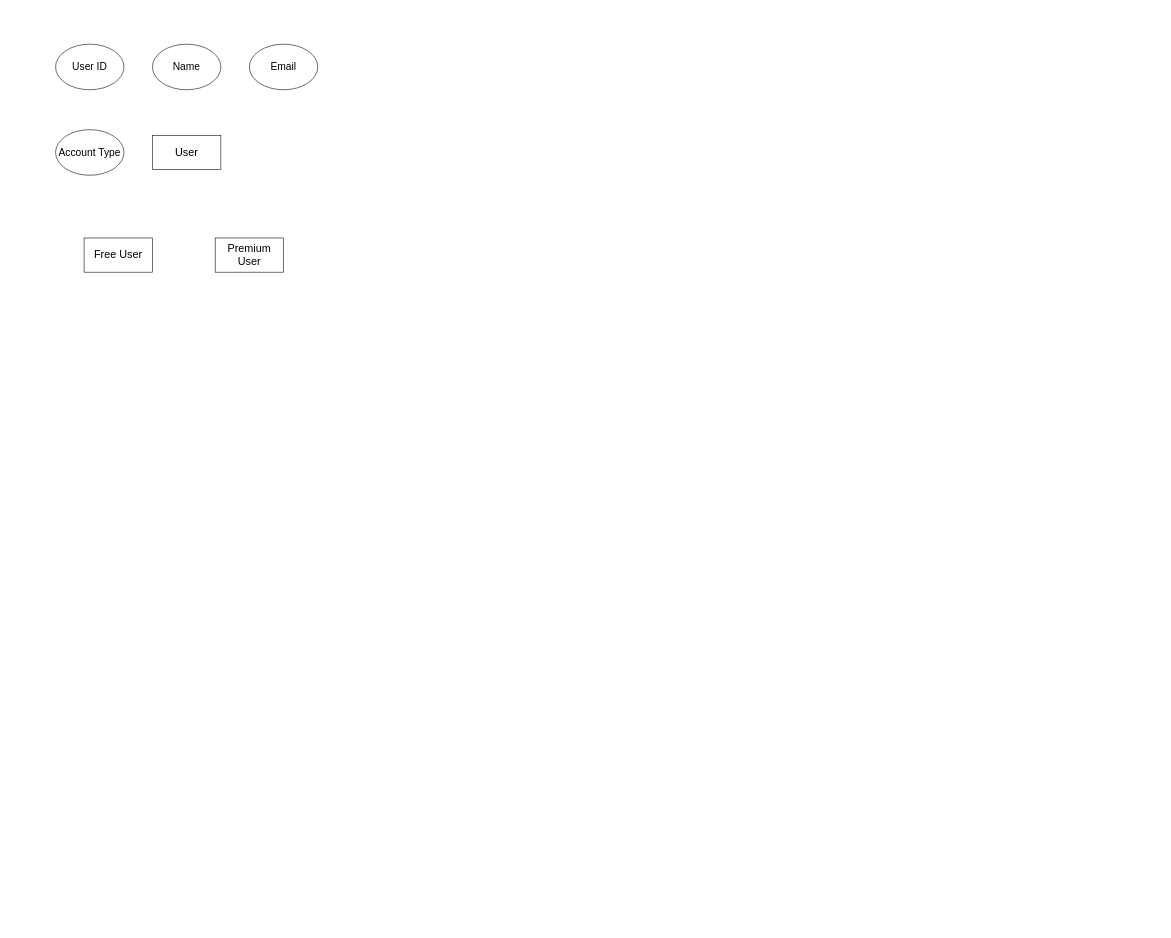
RZhang370902/ENSF608_Lab1_Zhang keeps this draw.io diagram as ENSF608_Lab1.drawio. Above is the earlier version. Source tidied: cells renumbered, new cells numbered last; positions are measured from the earlier drawing's top-left corner, leaving out a move shared by most shapes. Both pictures are drawn from the tidied source at 57%, with x=0, y=0 at pixel (55, 44).
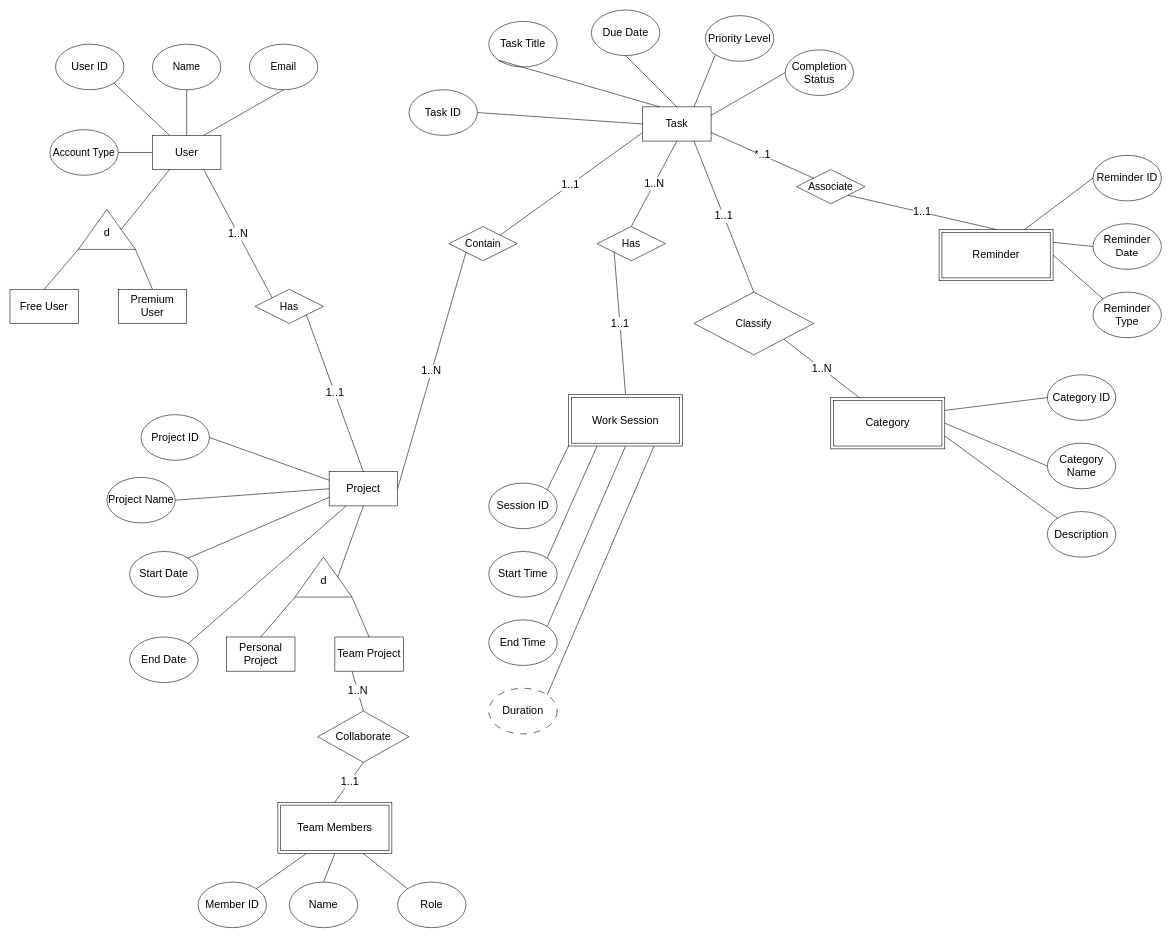
After the change.

The change refers to these unchanged cells:
```xml
<mxCell id="2" value="User" style="rounded=0;whiteSpace=wrap;html=1;fontSize=19;" parent="1" vertex="1">
  <mxGeometry x="170" y="160" width="120" height="60" as="geometry" />
</mxCell>
<mxCell id="4" value="Name" style="ellipse;whiteSpace=wrap;html=1;fontSize=18;" parent="1" vertex="1">
  <mxGeometry x="170" width="120" height="80" as="geometry" />
</mxCell>
<mxCell id="5" value="Email" style="ellipse;whiteSpace=wrap;html=1;fontSize=18;" parent="1" vertex="1">
  <mxGeometry x="340" width="120" height="80" as="geometry" />
</mxCell>
```

Change to the diagram source:
```diff
@@
-    <mxCell id="3" value="User ID" style="ellipse;whiteSpace=wrap;html=1;fontSize=18;" parent="1" vertex="1">
+    <mxCell id="3" value="User ID" style="ellipse;whiteSpace=wrap;html=1;fontSize=19;" parent="1" vertex="1">
       <mxGeometry width="120" height="80" as="geometry" />
     </mxCell>
@@
     <mxCell id="6" value="Account Type" style="ellipse;whiteSpace=wrap;html=1;fontSize=18;" parent="1" vertex="1">
-      <mxGeometry y="150" width="120" height="80" as="geometry" />
+      <mxGeometry x="-10" y="150" width="120" height="80" as="geometry" />
     </mxCell>
     <mxCell id="7" value="Free User" style="rounded=0;whiteSpace=wrap;html=1;fontSize=19;" parent="1" vertex="1">
-      <mxGeometry x="50" y="340" width="120" height="60" as="geometry" />
+      <mxGeometry x="-80" y="430" width="120" height="60" as="geometry" />
     </mxCell>
     <mxCell id="8" value="Premium User" style="rounded=0;whiteSpace=wrap;html=1;fontSize=19;" parent="1" vertex="1">
-      <mxGeometry x="280" y="340" width="120" height="60" as="geometry" />
+      <mxGeometry x="110" y="430" width="120" height="60" as="geometry" />
     </mxCell>
+    <mxCell id="9" value="d" style="verticalLabelPosition=bottom;verticalAlign=top;html=1;shape=mxgraph.basic.acute_triangle;dx=0.5;fontSize=19;horizontal=1;spacingTop=-47;" parent="1" vertex="1">
+      <mxGeometry x="40" y="290" width="100" height="70" as="geometry" />
+    </mxCell>
+    <mxCell id="10" style="endArrow=none;html=1;rounded=0;entryX=0;entryY=0.5;entryDx=0;entryDy=0;exitX=1;exitY=0.5;exitDx=0;exitDy=0;" parent="1" edge="1" source="6" target="2">
+      <mxGeometry relative="1" as="geometry" />
+    </mxCell>
+    <mxCell id="11" style="endArrow=none;html=1;rounded=0;entryX=0.25;entryY=0;entryDx=0;entryDy=0;exitX=1;exitY=1;exitDx=0;exitDy=0;" parent="1" edge="1" source="3" target="2">
+      <mxGeometry relative="1" as="geometry" />
+    </mxCell>
+    <mxCell id="12" style="endArrow=none;html=1;rounded=0;entryX=0.5;entryY=0;entryDx=0;entryDy=0;" parent="1" edge="1" source="4" target="2">
+      <mxGeometry relative="1" as="geometry" />
+    </mxCell>
+    <mxCell id="13" style="endArrow=none;html=1;rounded=0;entryX=0.75;entryY=0;entryDx=0;entryDy=0;exitX=0.5;exitY=1;exitDx=0;exitDy=0;" parent="1" edge="1" source="5" target="2">
+      <mxGeometry relative="1" as="geometry" />
+    </mxCell>
+    <mxCell id="14" style="endArrow=none;html=1;rounded=0;exitX=0;exitY=0;exitDx=75;exitDy=35;exitPerimeter=0;entryX=0.25;entryY=1;entryDx=0;entryDy=0;" parent="1" edge="1" source="9" target="2">
+      <mxGeometry relative="1" as="geometry" />
+    </mxCell>
+    <mxCell id="15" style="endArrow=none;html=1;rounded=0;entryX=0;entryY=1;entryDx=0;entryDy=0;entryPerimeter=0;" parent="1" edge="1" target="9">
+      <mxGeometry relative="1" as="geometry">
+        <mxPoint x="-20" y="430" as="sourcePoint" />
+      </mxGeometry>
+    </mxCell>
+    <mxCell id="16" style="endArrow=none;html=1;rounded=0;entryX=1;entryY=1;entryDx=0;entryDy=0;entryPerimeter=0;exitX=0.5;exitY=0;exitDx=0;exitDy=0;" parent="1" edge="1" source="8" target="9">
+      <mxGeometry relative="1" as="geometry" />
+    </mxCell>
+    <mxCell id="17" value="Has" style="shape=rhombus;perimeter=rhombusPerimeter;whiteSpace=wrap;html=1;align=center;fontSize=18;" parent="1" vertex="1">
+      <mxGeometry x="350" y="430" width="120" height="60" as="geometry" />
+    </mxCell>
+    <mxCell id="18" value="1..N" style="endArrow=none;html=1;rounded=0;exitX=0.75;exitY=1;exitDx=0;exitDy=0;fontSize=19;" parent="1" edge="1" source="2">
+      <mxGeometry relative="1" as="geometry">
+        <mxPoint x="380" y="445" as="targetPoint" />
+      </mxGeometry>
+    </mxCell>
+    <mxCell id="19" value="Project" style="rounded=0;whiteSpace=wrap;html=1;fontSize=19;" parent="1" vertex="1">
+      <mxGeometry x="480" y="750" width="120" height="60" as="geometry" />
+    </mxCell>
+    <mxCell id="20" value="1..1" style="endArrow=none;html=1;rounded=0;entryX=0.5;entryY=0;entryDx=0;entryDy=0;fontSize=19;exitX=1;exitY=1;exitDx=0;exitDy=0;" parent="1" edge="1" source="17" target="19">
+      <mxGeometry x="-0.01" relative="1" as="geometry" />
+    </mxCell>
+    <mxCell id="21" value="Project ID" style="ellipse;whiteSpace=wrap;html=1;fontSize=19;" parent="1" vertex="1">
+      <mxGeometry x="150" y="650" width="120" height="80" as="geometry" />
+    </mxCell>
+    <mxCell id="22" value="Project Name" style="ellipse;whiteSpace=wrap;html=1;fontSize=19;" parent="1" vertex="1">
+      <mxGeometry x="90" y="760" width="120" height="80" as="geometry" />
+    </mxCell>
+    <mxCell id="23" value="Start Date" style="ellipse;whiteSpace=wrap;html=1;fontSize=19;" parent="1" vertex="1">
+      <mxGeometry x="130" y="890" width="120" height="80" as="geometry" />
+    </mxCell>
+    <mxCell id="24" value="End Date" style="ellipse;whiteSpace=wrap;html=1;fontSize=19;" parent="1" vertex="1">
+      <mxGeometry x="130" y="1040" width="120" height="80" as="geometry" />
+    </mxCell>
+    <mxCell id="25" value="Personal Project" style="rounded=0;whiteSpace=wrap;html=1;fontSize=19;" parent="1" vertex="1">
+      <mxGeometry x="300" y="1040" width="120" height="60" as="geometry" />
+    </mxCell>
+    <mxCell id="26" value="Team Project" style="rounded=0;whiteSpace=wrap;html=1;fontSize=19;" parent="1" vertex="1">
+      <mxGeometry x="490" y="1040" width="120" height="60" as="geometry" />
+    </mxCell>
+    <mxCell id="27" value="d" style="verticalLabelPosition=bottom;verticalAlign=top;html=1;shape=mxgraph.basic.acute_triangle;dx=0.5;fontSize=19;horizontal=1;spacingTop=-47;" parent="1" vertex="1">
+      <mxGeometry x="420" y="900" width="100" height="70" as="geometry" />
+    </mxCell>
+    <mxCell id="28" style="endArrow=none;html=1;rounded=0;entryX=0;entryY=1;entryDx=0;entryDy=0;entryPerimeter=0;" parent="1" edge="1" target="27">
+      <mxGeometry relative="1" as="geometry">
+        <mxPoint x="360" y="1040" as="sourcePoint" />
+      </mxGeometry>
+    </mxCell>
+    <mxCell id="29" style="endArrow=none;html=1;rounded=0;entryX=1;entryY=1;entryDx=0;entryDy=0;entryPerimeter=0;exitX=0.5;exitY=0;exitDx=0;exitDy=0;" parent="1" edge="1" source="26" target="27">
+      <mxGeometry relative="1" as="geometry" />
+    </mxCell>
+    <mxCell id="30" style="endArrow=none;html=1;rounded=0;entryX=0.5;entryY=1;entryDx=0;entryDy=0;exitX=0;exitY=0;exitDx=75;exitDy=35;exitPerimeter=0;" parent="1" edge="1" source="27" target="19">
+      <mxGeometry relative="1" as="geometry" />
+    </mxCell>
+    <mxCell id="31" style="endArrow=none;html=1;rounded=0;entryX=0;entryY=0.25;entryDx=0;entryDy=0;exitX=1;exitY=0.5;exitDx=0;exitDy=0;" parent="1" edge="1" source="21" target="19">
+      <mxGeometry relative="1" as="geometry" />
+    </mxCell>
+    <mxCell id="32" style="endArrow=none;html=1;rounded=0;entryX=0;entryY=0.5;entryDx=0;entryDy=0;exitX=1;exitY=0.5;exitDx=0;exitDy=0;" parent="1" edge="1" source="22" target="19">
+      <mxGeometry relative="1" as="geometry" />
+    </mxCell>
+    <mxCell id="33" style="endArrow=none;html=1;rounded=0;entryX=0;entryY=0.75;entryDx=0;entryDy=0;exitX=1;exitY=0;exitDx=0;exitDy=0;" parent="1" edge="1" source="23" target="19">
+      <mxGeometry relative="1" as="geometry" />
+    </mxCell>
+    <mxCell id="34" style="endArrow=none;html=1;rounded=0;entryX=0.25;entryY=1;entryDx=0;entryDy=0;exitX=1;exitY=0;exitDx=0;exitDy=0;" parent="1" edge="1" source="24" target="19">
+      <mxGeometry relative="1" as="geometry" />
+    </mxCell>
+    <mxCell id="35" value="Contain" style="shape=rhombus;perimeter=rhombusPerimeter;whiteSpace=wrap;html=1;align=center;fontSize=18;" parent="1" vertex="1">
+      <mxGeometry x="690" y="320" width="120" height="60" as="geometry" />
+    </mxCell>
+    <mxCell id="36" value="1..N" style="endArrow=none;html=1;rounded=0;entryX=0;entryY=1;entryDx=0;entryDy=0;fontSize=19;exitX=1;exitY=0.5;exitDx=0;exitDy=0;" parent="1" edge="1" source="19" target="35">
+      <mxGeometry x="-0.01" relative="1" as="geometry" />
+    </mxCell>
+    <mxCell id="37" value="Task ID" style="ellipse;whiteSpace=wrap;html=1;fontSize=19;" parent="1" vertex="1">
+      <mxGeometry x="620" y="80" width="120" height="80" as="geometry" />
+    </mxCell>
+    <mxCell id="38" value="Duration" style="ellipse;whiteSpace=wrap;html=1;fontSize=19;dashed=1;dashPattern=12 12;" parent="1" vertex="1">
+      <mxGeometry x="760" y="1130" width="120" height="80" as="geometry" />
+    </mxCell>
+    <mxCell id="39" value="Task" style="rounded=0;whiteSpace=wrap;html=1;fontSize=19;" parent="1" vertex="1">
+      <mxGeometry x="1030" y="110" width="120" height="60" as="geometry" />
+    </mxCell>
+    <mxCell id="40" value="Task Title" style="ellipse;whiteSpace=wrap;html=1;fontSize=19;" parent="1" vertex="1">
+      <mxGeometry x="760" y="-40" width="120" height="80" as="geometry" />
+    </mxCell>
+    <mxCell id="41" value="Due Date" style="ellipse;whiteSpace=wrap;html=1;fontSize=19;" parent="1" vertex="1">
+      <mxGeometry x="940" y="-60" width="120" height="80" as="geometry" />
+    </mxCell>
+    <mxCell id="42" value="Priority Level" style="ellipse;whiteSpace=wrap;html=1;fontSize=19;" parent="1" vertex="1">
+      <mxGeometry x="1140" y="-50" width="120" height="80" as="geometry" />
+    </mxCell>
+    <mxCell id="43" value="Completion Status" style="ellipse;whiteSpace=wrap;html=1;fontSize=19;" parent="1" vertex="1">
+      <mxGeometry x="1280" y="10" width="120" height="80" as="geometry" />
+    </mxCell>
+    <mxCell id="44" value="1..1" style="endArrow=none;html=1;rounded=0;entryX=0;entryY=0.75;entryDx=0;entryDy=0;fontSize=19;exitX=1;exitY=0;exitDx=0;exitDy=0;" parent="1" edge="1" source="35" target="39">
+      <mxGeometry x="-0.01" relative="1" as="geometry" />
+    </mxCell>
+    <mxCell id="45" style="endArrow=none;html=1;rounded=0;exitX=1;exitY=0.5;exitDx=0;exitDy=0;entryX=0;entryY=0.5;entryDx=0;entryDy=0;" parent="1" edge="1" source="37" target="39">
+      <mxGeometry relative="1" as="geometry" />
+    </mxCell>
+    <mxCell id="46" style="endArrow=none;html=1;rounded=0;exitX=0;exitY=1;exitDx=0;exitDy=0;entryX=0.25;entryY=0;entryDx=0;entryDy=0;" parent="1" edge="1" source="40" target="39">
+      <mxGeometry relative="1" as="geometry" />
+    </mxCell>
+    <mxCell id="47" style="endArrow=none;html=1;rounded=0;exitX=0.5;exitY=1;exitDx=0;exitDy=0;entryX=0.5;entryY=0;entryDx=0;entryDy=0;" parent="1" edge="1" source="41" target="39">
+      <mxGeometry relative="1" as="geometry" />
+    </mxCell>
+    <mxCell id="48" style="endArrow=none;html=1;rounded=0;exitX=0;exitY=1;exitDx=0;exitDy=0;entryX=0.75;entryY=0;entryDx=0;entryDy=0;" parent="1" edge="1" source="42" target="39">
+      <mxGeometry relative="1" as="geometry" />
+    </mxCell>
+    <mxCell id="49" style="endArrow=none;html=1;rounded=0;exitX=0;exitY=0.5;exitDx=0;exitDy=0;entryX=1;entryY=0.25;entryDx=0;entryDy=0;" parent="1" edge="1" source="43" target="39">
+      <mxGeometry relative="1" as="geometry" />
+    </mxCell>
+    <mxCell id="50" value="Work Session" style="shape=ext;margin=3;double=1;whiteSpace=wrap;html=1;align=center;fontSize=19;" parent="1" vertex="1">
+      <mxGeometry x="900" y="615" width="200" height="90" as="geometry" />
+    </mxCell>
+    <mxCell id="51" value="Session ID" style="ellipse;whiteSpace=wrap;html=1;fontSize=19;" parent="1" vertex="1">
+      <mxGeometry x="760" y="770" width="120" height="80" as="geometry" />
+    </mxCell>
+    <mxCell id="52" value="Start Time" style="ellipse;whiteSpace=wrap;html=1;fontSize=19;" parent="1" vertex="1">
+      <mxGeometry x="760" y="890" width="120" height="80" as="geometry" />
+    </mxCell>
+    <mxCell id="53" value="End Time" style="ellipse;whiteSpace=wrap;html=1;fontSize=19;" parent="1" vertex="1">
+      <mxGeometry x="760" y="1010" width="120" height="80" as="geometry" />
+    </mxCell>
+    <mxCell id="54" value="Has" style="shape=rhombus;perimeter=rhombusPerimeter;whiteSpace=wrap;html=1;align=center;fontSize=18;" parent="1" vertex="1">
+      <mxGeometry x="950" y="320" width="120" height="60" as="geometry" />
+    </mxCell>
+    <mxCell id="55" value="1..N" style="endArrow=none;html=1;rounded=0;exitX=0.5;exitY=0;exitDx=0;exitDy=0;entryX=0.5;entryY=1;entryDx=0;entryDy=0;fontSize=19;" parent="1" edge="1" source="54" target="39">
+      <mxGeometry relative="1" as="geometry" />
+    </mxCell>
+    <mxCell id="56" value="1..1" style="endArrow=none;html=1;rounded=0;exitX=0.5;exitY=0;exitDx=0;exitDy=0;entryX=0;entryY=1;entryDx=0;entryDy=0;fontSize=19;" parent="1" edge="1" source="50" target="54">
+      <mxGeometry relative="1" as="geometry" />
+    </mxCell>
+    <mxCell id="57" style="endArrow=none;html=1;rounded=0;exitX=1;exitY=0;exitDx=0;exitDy=0;entryX=0;entryY=1;entryDx=0;entryDy=0;" parent="1" edge="1" source="51" target="50">
+      <mxGeometry relative="1" as="geometry" />
+    </mxCell>
+    <mxCell id="58" style="endArrow=none;html=1;rounded=0;exitX=1;exitY=0;exitDx=0;exitDy=0;entryX=0.25;entryY=1;entryDx=0;entryDy=0;" parent="1" edge="1" source="52" target="50">
+      <mxGeometry relative="1" as="geometry" />
+    </mxCell>
+    <mxCell id="59" style="endArrow=none;html=1;rounded=0;exitX=1;exitY=0;exitDx=0;exitDy=0;entryX=0.5;entryY=1;entryDx=0;entryDy=0;" parent="1" edge="1" source="53" target="50">
+      <mxGeometry relative="1" as="geometry" />
+    </mxCell>
+    <mxCell id="60" style="endArrow=none;html=1;rounded=0;entryX=0.75;entryY=1;entryDx=0;entryDy=0;exitX=1;exitY=0;exitDx=0;exitDy=0;" parent="1" edge="1" source="38" target="50">
+      <mxGeometry relative="1" as="geometry" />
+    </mxCell>
+    <mxCell id="61" value="Reminder" style="shape=ext;margin=3;double=1;whiteSpace=wrap;html=1;align=center;fontSize=19;" parent="1" vertex="1">
+      <mxGeometry x="1550" y="325" width="200" height="90" as="geometry" />
+    </mxCell>
+    <mxCell id="62" value="Reminder ID" style="ellipse;whiteSpace=wrap;html=1;fontSize=19;" parent="1" vertex="1">
+      <mxGeometry x="1820" y="195" width="120" height="80" as="geometry" />
+    </mxCell>
+    <mxCell id="63" value="Reminder Date" style="ellipse;whiteSpace=wrap;html=1;fontSize=19;" parent="1" vertex="1">
+      <mxGeometry x="1820" y="315" width="120" height="80" as="geometry" />
+    </mxCell>
+    <mxCell id="64" value="Reminder Type" style="ellipse;whiteSpace=wrap;html=1;fontSize=19;" parent="1" vertex="1">
+      <mxGeometry x="1820" y="435" width="120" height="80" as="geometry" />
+    </mxCell>
+    <mxCell id="65" value="1..1" style="endArrow=none;html=1;rounded=0;exitX=0.5;exitY=0;exitDx=0;exitDy=0;entryX=1;entryY=1;entryDx=0;entryDy=0;fontSize=19;" parent="1" edge="1" source="61" target="69">
+      <mxGeometry relative="1" as="geometry" />
+    </mxCell>
+    <mxCell id="66" style="endArrow=none;html=1;rounded=0;exitX=0;exitY=0.5;exitDx=0;exitDy=0;entryX=0.75;entryY=0;entryDx=0;entryDy=0;" parent="1" edge="1" source="62" target="61">
+      <mxGeometry relative="1" as="geometry" />
+    </mxCell>
+    <mxCell id="67" style="endArrow=none;html=1;rounded=0;exitX=0;exitY=0.5;exitDx=0;exitDy=0;entryX=1;entryY=0.25;entryDx=0;entryDy=0;" parent="1" edge="1" source="63" target="61">
+      <mxGeometry relative="1" as="geometry" />
+    </mxCell>
+    <mxCell id="68" style="endArrow=none;html=1;rounded=0;exitX=0;exitY=0;exitDx=0;exitDy=0;entryX=1;entryY=0.5;entryDx=0;entryDy=0;" parent="1" edge="1" source="64" target="61">
+      <mxGeometry relative="1" as="geometry" />
+    </mxCell>
+    <mxCell id="69" value="Associate" style="shape=rhombus;perimeter=rhombusPerimeter;whiteSpace=wrap;html=1;align=center;fontSize=18;" parent="1" vertex="1">
+      <mxGeometry x="1300" y="220" width="120" height="60" as="geometry" />
+    </mxCell>
+    <mxCell id="70" value="*..1" style="endArrow=none;html=1;rounded=0;exitX=0;exitY=0;exitDx=0;exitDy=0;entryX=1;entryY=0.75;entryDx=0;entryDy=0;fontSize=19;" parent="1" edge="1" source="69" target="39">
+      <mxGeometry x="-0.01" relative="1" as="geometry" />
+    </mxCell>
+    <mxCell id="71" value="Category" style="shape=ext;margin=3;double=1;whiteSpace=wrap;html=1;align=center;fontSize=19;" parent="1" vertex="1">
+      <mxGeometry x="1360" y="620" width="200" height="90" as="geometry" />
+    </mxCell>
+    <mxCell id="72" value="Category ID" style="ellipse;whiteSpace=wrap;html=1;fontSize=19;" parent="1" vertex="1">
+      <mxGeometry x="1740" y="580" width="120" height="80" as="geometry" />
+    </mxCell>
+    <mxCell id="73" value="Category Name" style="ellipse;whiteSpace=wrap;html=1;fontSize=19;" parent="1" vertex="1">
+      <mxGeometry x="1740" y="700" width="120" height="80" as="geometry" />
+    </mxCell>
+    <mxCell id="74" value="Description" style="ellipse;whiteSpace=wrap;html=1;fontSize=19;" parent="1" vertex="1">
+      <mxGeometry x="1740" y="820" width="120" height="80" as="geometry" />
+    </mxCell>
+    <mxCell id="75" style="endArrow=none;html=1;rounded=0;exitX=0;exitY=0.5;exitDx=0;exitDy=0;entryX=1;entryY=0.25;entryDx=0;entryDy=0;" parent="1" edge="1" source="72" target="71">
+      <mxGeometry relative="1" as="geometry" />
+    </mxCell>
+    <mxCell id="76" style="endArrow=none;html=1;rounded=0;exitX=0;exitY=0.5;exitDx=0;exitDy=0;entryX=1;entryY=0.5;entryDx=0;entryDy=0;" parent="1" edge="1" source="73" target="71">
+      <mxGeometry relative="1" as="geometry" />
+    </mxCell>
+    <mxCell id="77" style="endArrow=none;html=1;rounded=0;exitX=0;exitY=0;exitDx=0;exitDy=0;entryX=1;entryY=0.75;entryDx=0;entryDy=0;" parent="1" edge="1" source="74" target="71">
+      <mxGeometry relative="1" as="geometry" />
+    </mxCell>
+    <mxCell id="78" value="Classify" style="shape=rhombus;perimeter=rhombusPerimeter;whiteSpace=wrap;html=1;align=center;fontSize=18;" parent="1" vertex="1">
+      <mxGeometry x="1120" y="435" width="210" height="110" as="geometry" />
+    </mxCell>
+    <mxCell id="79" value="1..N" style="endArrow=none;html=1;rounded=0;exitX=0.25;exitY=0;exitDx=0;exitDy=0;entryX=1;entryY=1;entryDx=0;entryDy=0;fontSize=19;" parent="1" edge="1" source="71" target="78">
+      <mxGeometry relative="1" as="geometry" />
+    </mxCell>
+    <mxCell id="80" value="1..1" style="endArrow=none;html=1;rounded=0;exitX=0.5;exitY=0;exitDx=0;exitDy=0;entryX=0.75;entryY=1;entryDx=0;entryDy=0;fontSize=19;" parent="1" edge="1" source="78" target="39">
+      <mxGeometry relative="1" as="geometry" />
+    </mxCell>
+    <mxCell id="81" value="Team Members" style="shape=ext;margin=3;double=1;whiteSpace=wrap;html=1;align=center;fontSize=19;" parent="1" vertex="1">
+      <mxGeometry x="390" y="1330" width="200" height="90" as="geometry" />
+    </mxCell>
+    <mxCell id="82" value="Collaborate" style="shape=rhombus;perimeter=rhombusPerimeter;whiteSpace=wrap;html=1;align=center;fontSize=19;" parent="1" vertex="1">
+      <mxGeometry x="460" y="1170" width="160" height="90" as="geometry" />
+    </mxCell>
+    <mxCell id="83" value="1..N" style="endArrow=none;html=1;rounded=0;entryX=0.25;entryY=1;entryDx=0;entryDy=0;exitX=0.5;exitY=0;exitDx=0;exitDy=0;fontSize=19;" parent="1" edge="1" source="82" target="26">
+      <mxGeometry relative="1" as="geometry" />
+    </mxCell>
+    <mxCell id="84" value="1..1" style="endArrow=none;html=1;rounded=0;entryX=0.5;entryY=1;entryDx=0;entryDy=0;exitX=0.5;exitY=0;exitDx=0;exitDy=0;fontSize=19;" parent="1" edge="1" source="81" target="82">
+      <mxGeometry x="0.02" relative="1" as="geometry" />
+    </mxCell>
+    <mxCell id="85" value="Member ID" style="ellipse;whiteSpace=wrap;html=1;fontSize=19;" parent="1" vertex="1">
+      <mxGeometry x="250" y="1470" width="120" height="80" as="geometry" />
+    </mxCell>
+    <mxCell id="86" value="Name" style="ellipse;whiteSpace=wrap;html=1;fontSize=19;" parent="1" vertex="1">
+      <mxGeometry x="410" y="1470" width="120" height="80" as="geometry" />
+    </mxCell>
+    <mxCell id="87" value="Role" style="ellipse;whiteSpace=wrap;html=1;fontSize=19;" parent="1" vertex="1">
+      <mxGeometry x="600" y="1470" width="120" height="80" as="geometry" />
+    </mxCell>
+    <mxCell id="88" style="endArrow=none;html=1;rounded=0;exitX=0.25;exitY=1;exitDx=0;exitDy=0;entryX=1;entryY=0;entryDx=0;entryDy=0;" parent="1" edge="1" source="81" target="85">
+      <mxGeometry relative="1" as="geometry" />
+    </mxCell>
+    <mxCell id="89" style="endArrow=none;html=1;rounded=0;exitX=0.5;exitY=1;exitDx=0;exitDy=0;entryX=0.5;entryY=0;entryDx=0;entryDy=0;" parent="1" edge="1" source="81" target="86">
+      <mxGeometry relative="1" as="geometry" />
+    </mxCell>
+    <mxCell id="90" style="endArrow=none;html=1;rounded=0;exitX=0.75;exitY=1;exitDx=0;exitDy=0;entryX=0;entryY=0;entryDx=0;entryDy=0;" parent="1" edge="1" source="81" target="87">
+      <mxGeometry relative="1" as="geometry" />
+    </mxCell>
```
